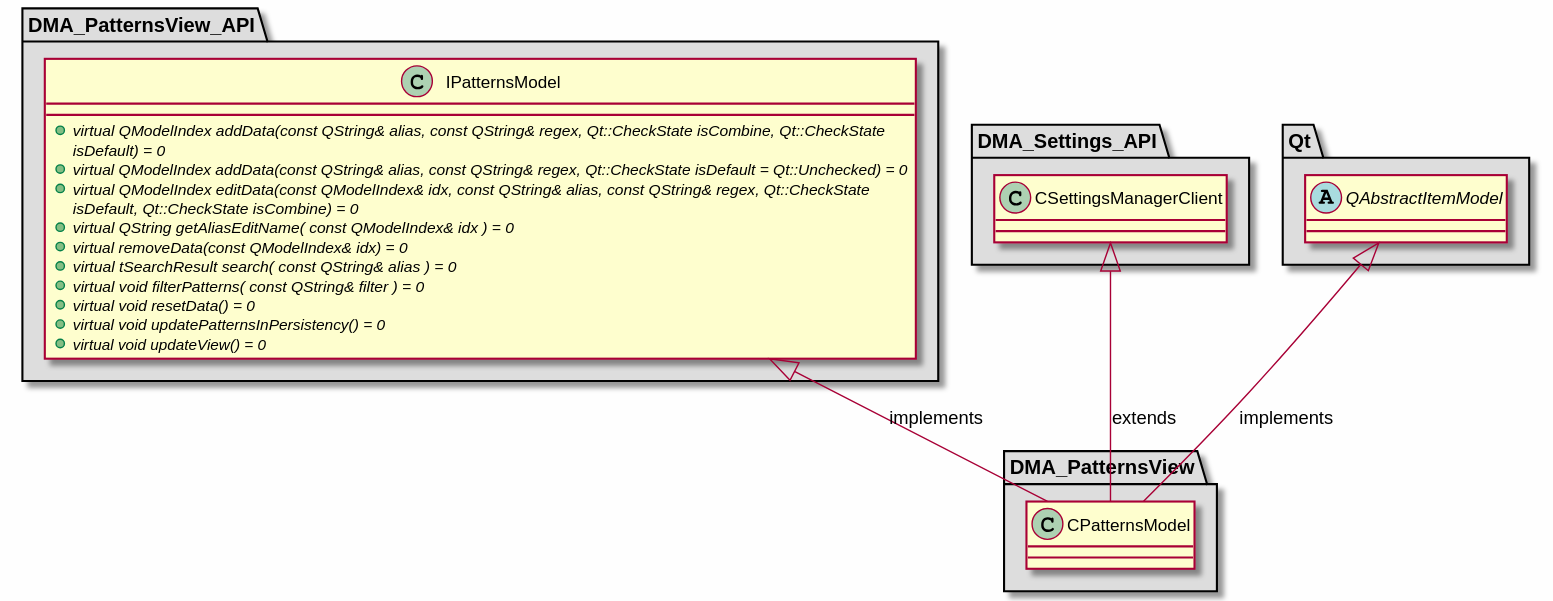
The PlantUML diagram md/dev_docs/puml/DMA_PatternsView_standalone.svg in svlad-90/DLT-Message-Analyzer, before a commit.
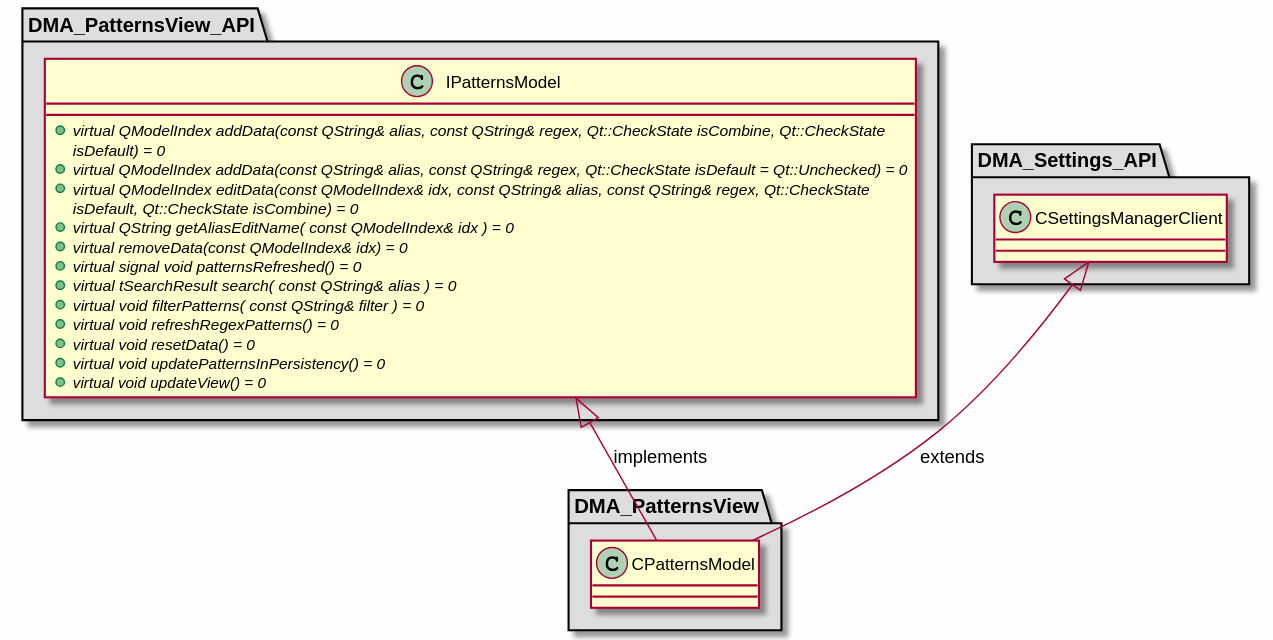
After the change.

What changed in the source:
```diff
@@ -21,8 +21,10 @@
     + {abstract} virtual QModelIndex editData(const QModelIndex& idx, const QString& alias, const QString& regex, Qt::CheckState isDefault, Qt::CheckState isCombine) = 0
     + {abstract} virtual QString getAliasEditName( const QModelIndex& idx ) = 0
     + {abstract} virtual removeData(const QModelIndex& idx) = 0
+    + {abstract} virtual signal void patternsRefreshed() = 0
     + {abstract} virtual tSearchResult search( const QString& alias ) = 0
     + {abstract} virtual void filterPatterns( const QString& filter ) = 0
+    + {abstract} virtual void refreshRegexPatterns() = 0
     + {abstract} virtual void resetData() = 0
     + {abstract} virtual void updatePatternsInPersistency() = 0
     + {abstract} virtual void updateView() = 0
@@ -39,17 +41,7 @@
 
 }
 
-package "Qt" #DDDDDD
-{
-
-abstract class "QAbstractItemModel"
-{
-}
-
-}
-
 CSettingsManagerClient <|-- CPatternsModel : extends
 IPatternsModel <|-- CPatternsModel : implements
-QAbstractItemModel <|-- CPatternsModel : implements
 
 @enduml
```
